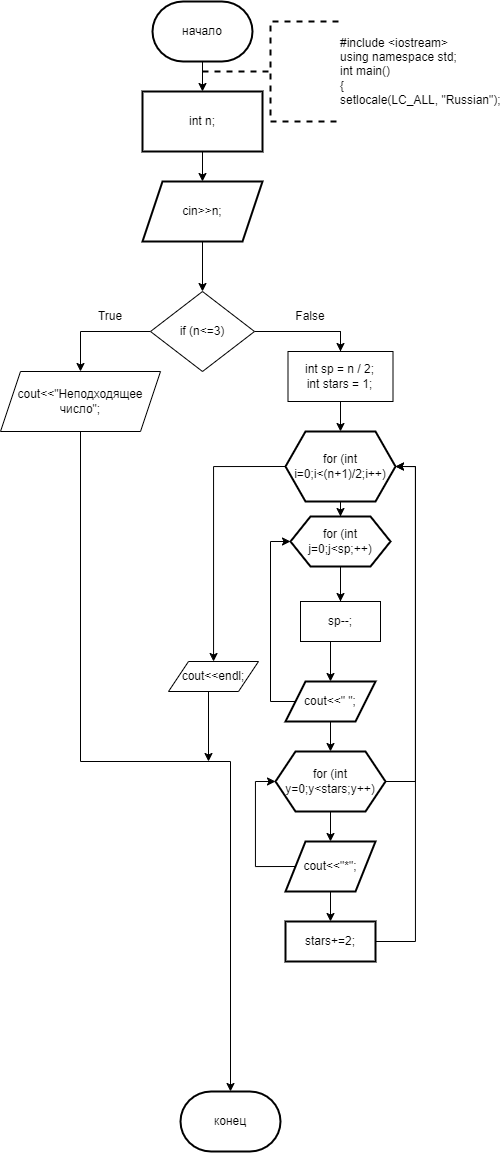
Above: 2_4.drawio.png in ksinph/PSTU_LABS_2023 (draw.io), before the change. Source tidied: cells renumbered, new cells last; positions are measured from the earlier drawing's top-left corner, leaving out a move shared by most shapes.
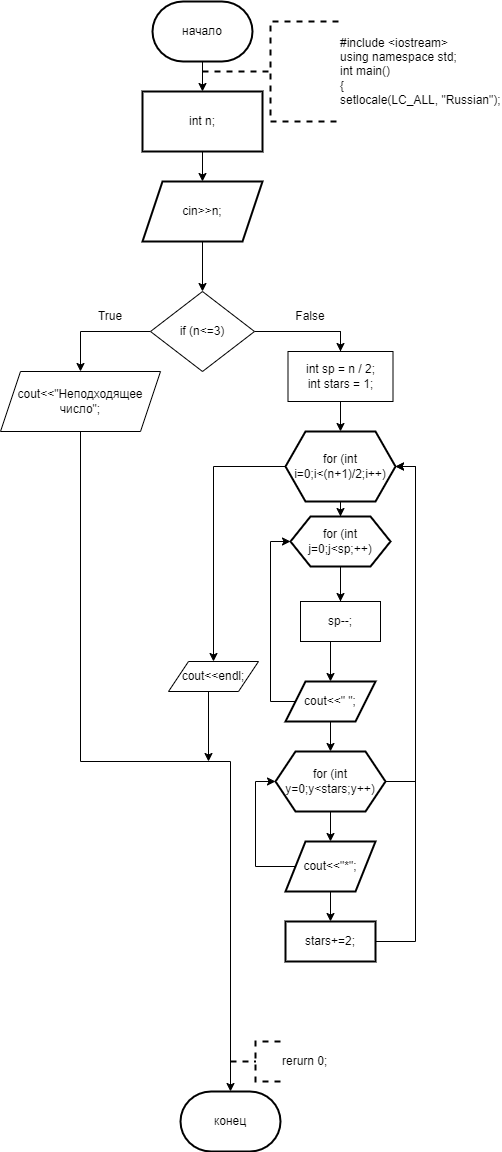
After the commit.

Change to the diagram source:
```diff
@@ -128,5 +128,8 @@
     <mxCell id="38" value="cout&amp;lt;&amp;lt;endl;" style="shape=parallelogram;perimeter=parallelogramPerimeter;whiteSpace=wrap;html=1;fixedSize=1;" parent="1" vertex="1">
       <mxGeometry x="168" y="660" width="90" height="30" as="geometry" />
     </mxCell>
+    <mxCell id="39" value="rerurn 0;" style="strokeWidth=2;html=1;shape=mxgraph.flowchart.annotation_2;align=left;labelPosition=right;dashed=1;" parent="1" vertex="1">
+      <mxGeometry x="230" y="1040" width="50" height="40" as="geometry" />
+    </mxCell>
   </root>
 </mxGraphModel>
```
